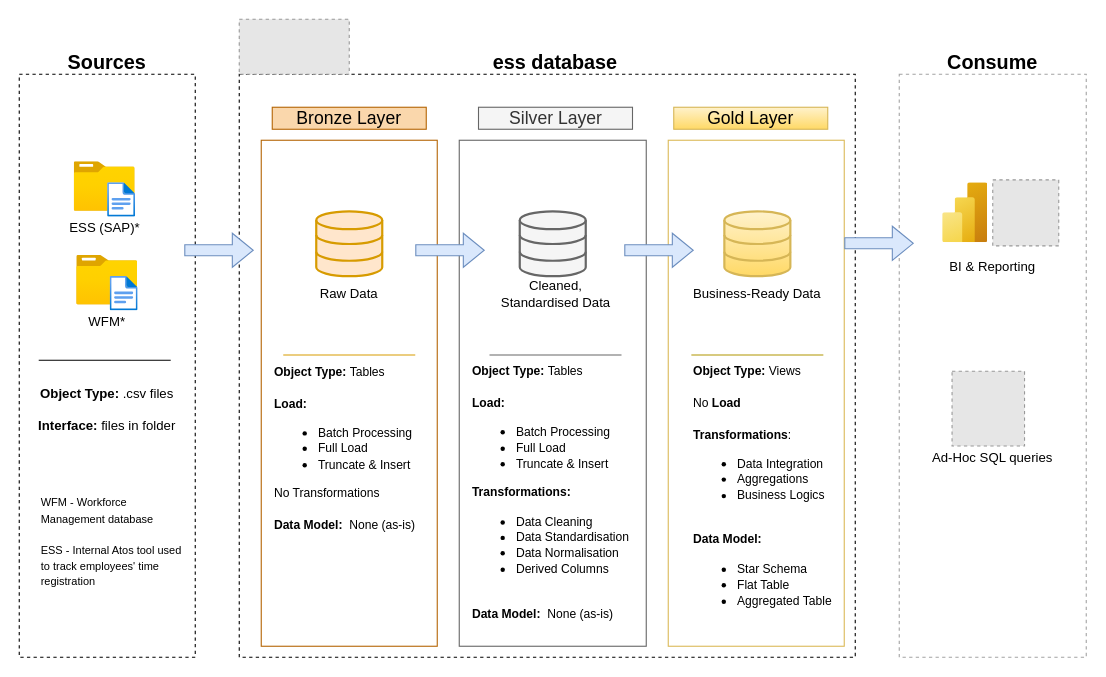
The draw.io diagram documents/HLD Architecture.drawio in nerwuuus/sql-employee-time-db, before the edit. Source tidied: cells renumbered, new cells numbered last; positions are measured from the earlier drawing's top-left corner, leaving out a move shared by most shapes. Both pictures are drawn from the tidied source at 110%, with x=0, y=0 at pixel (19, 19). Pictures stored in the file or linked from it are replaced by grey dashed boxes.
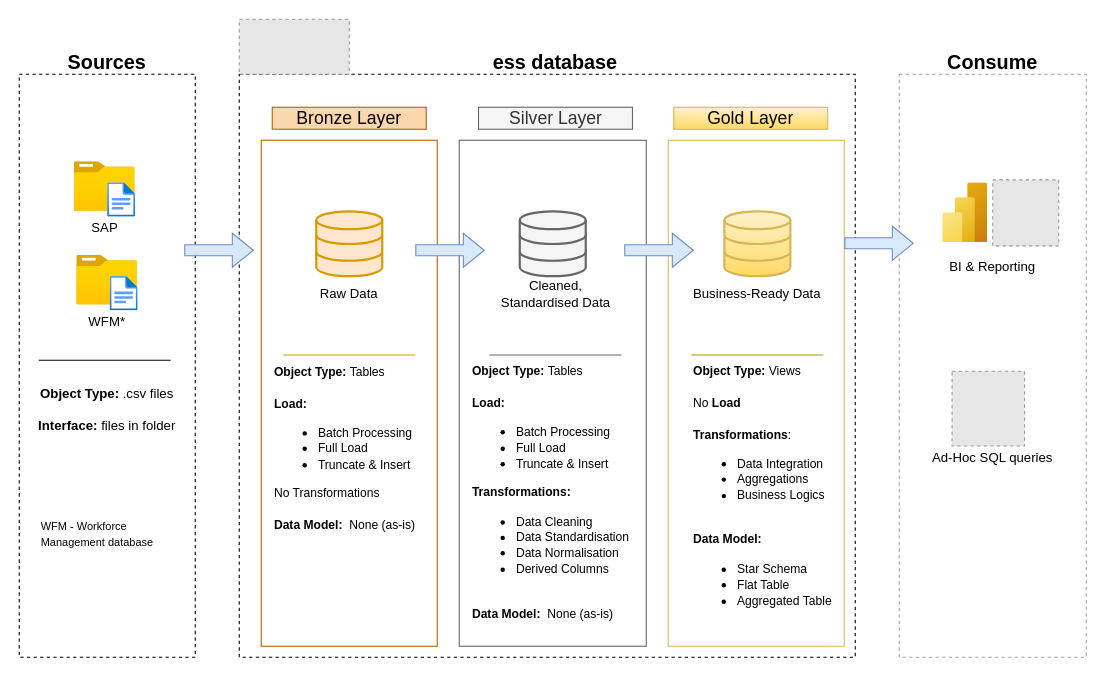
The same page after the edit.

Change to the diagram source:
```diff
@@
-    <mxCell id="16" value="ESS (SAP)*" style="rounded=0;whiteSpace=wrap;html=1;fillColor=none;strokeColor=none;" parent="1" vertex="1">
+    <mxCell id="16" value="SAP" style="rounded=0;whiteSpace=wrap;html=1;fillColor=none;strokeColor=none;" parent="1" vertex="1">
       <mxGeometry x="17.7" y="160" width="120" height="60" as="geometry" />
     </mxCell>
@@
-    <mxCell id="43" value="&lt;font style=&quot;font-size: 10px;&quot;&gt;WFM - Workforce Management database&lt;/font&gt;&lt;div&gt;&lt;font style=&quot;font-size: 10px;&quot;&gt;&lt;br&gt;&lt;/font&gt;&lt;div&gt;&lt;font style=&quot;font-size: 10px;&quot;&gt;ESS - Internal Atos tool used to track employees' time registration&amp;nbsp;&lt;/font&gt;&lt;/div&gt;&lt;/div&gt;" style="text;html=1;align=left;verticalAlign=middle;whiteSpace=wrap;rounded=0;" parent="1" vertex="1">
+    <mxCell id="43" value="&lt;font style=&quot;font-size: 10px;&quot;&gt;WFM - Workforce Management database&lt;/font&gt;&lt;div&gt;&lt;br&gt;&lt;/div&gt;" style="text;html=1;align=left;verticalAlign=middle;whiteSpace=wrap;rounded=0;" parent="1" vertex="1">
       <mxGeometry x="17.7" y="460" width="130" height="30" as="geometry" />
     </mxCell>
```
